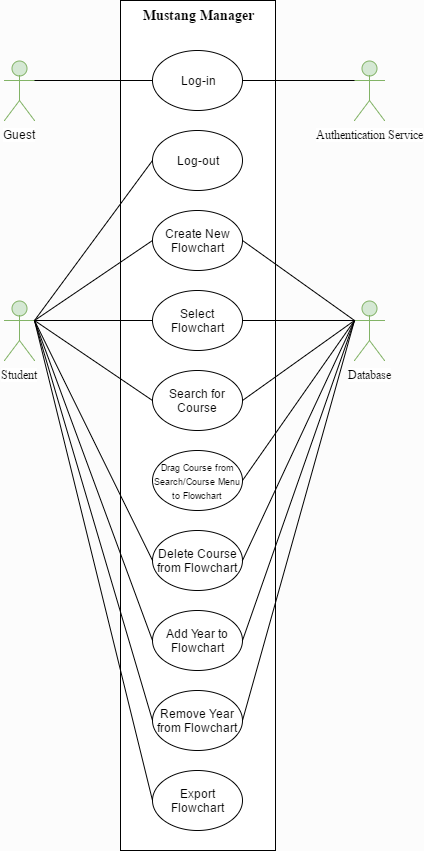
This is UML/UseCaseDiagram.png from JPautz/Group-name, a draw.io export, as it was before one commit. Source tidied: cells renumbered, new cells last; positions are measured from the earlier drawing's top-left corner, leaving out a move shared by most shapes. The source it was exported from:
```xml
<mxGraphModel background="#FCFCFC">
  <root>
    <mxCell id="0" />
    <mxCell id="1" parent="0" />
    <mxCell id="2" value="&lt;span style=&quot;font-size: 14px&quot;&gt;&lt;b&gt;Mustang Manager&lt;/b&gt;&lt;/span&gt;" style="whiteSpace=wrap;html=1;fontFamily=Times New Roman;align=center;verticalAlign=top;" parent="1" vertex="1">
      <mxGeometry x="116" width="155" height="850" as="geometry" />
    </mxCell>
    <mxCell id="3" value="Student" style="shape=umlActor;verticalLabelPosition=bottom;labelBackgroundColor=#ffffff;verticalAlign=top;html=1;fontFamily=Times New Roman;align=center;fillColor=#d5e8d4;strokeColor=#82b366;" parent="1" vertex="1">
      <mxGeometry y="300" width="30" height="60" as="geometry" />
    </mxCell>
    <mxCell id="4" value="Guest" style="shape=umlActor;verticalLabelPosition=bottom;labelBackgroundColor=#ffffff;verticalAlign=top;html=1;strokeColor=#82b366;fillColor=#d5e8d4;" parent="1" vertex="1">
      <mxGeometry y="60" width="30" height="60" as="geometry" />
    </mxCell>
    <mxCell id="5" style="edgeStyle=orthogonalEdgeStyle;rounded=0;html=1;exitX=1;exitY=0.3333333333333333;exitPerimeter=0;entryX=1;entryY=0.3333333333333333;entryPerimeter=0;jettySize=auto;orthogonalLoop=1;" parent="1" edge="1" source="3" target="3">
      <mxGeometry relative="1" as="geometry" />
    </mxCell>
    <mxCell id="6" value="Log-in" style="ellipse;whiteSpace=wrap;html=1;strokeColor=#000000;fillColor=#FFFFFF;" parent="1" vertex="1">
      <mxGeometry x="148" y="50" width="90" height="60" as="geometry" />
    </mxCell>
    <mxCell id="7" value="Log-out" style="ellipse;whiteSpace=wrap;html=1;strokeColor=#000000;fillColor=#FFFFFF;" parent="1" vertex="1">
      <mxGeometry x="148" y="130" width="90" height="60" as="geometry" />
    </mxCell>
    <mxCell id="8" value="Create New Flowchart" style="ellipse;whiteSpace=wrap;html=1;strokeColor=#000000;fillColor=#FFFFFF;" parent="1" vertex="1">
      <mxGeometry x="148" y="210" width="90" height="60" as="geometry" />
    </mxCell>
    <mxCell id="9" value="Search for Course" style="ellipse;whiteSpace=wrap;html=1;strokeColor=#000000;fillColor=#FFFFFF;" parent="1" vertex="1">
      <mxGeometry x="148" y="370" width="90" height="60" as="geometry" />
    </mxCell>
    <mxCell id="10" value="&lt;span id=&quot;docs-internal-guid-ab307411-f31c-fff2-9b50-73d7e2446a13&quot;&gt;&lt;span&gt;Export Flowchart&lt;/span&gt;&lt;/span&gt;" style="ellipse;whiteSpace=wrap;html=1;strokeColor=#000000;fillColor=#FFFFFF;" parent="1" vertex="1">
      <mxGeometry x="148" y="770" width="90" height="60" as="geometry" />
    </mxCell>
    <mxCell id="11" value="&lt;span id=&quot;docs-internal-guid-ab307411-f31c-e633-cf5a-057284e240b5&quot;&gt;&lt;span&gt;Delete Course from Flowchart&lt;/span&gt;&lt;/span&gt;" style="ellipse;whiteSpace=wrap;html=1;strokeColor=#000000;fillColor=#FFFFFF;" parent="1" vertex="1">
      <mxGeometry x="148" y="530" width="90" height="60" as="geometry" />
    </mxCell>
    <mxCell id="12" value="&lt;span id=&quot;docs-internal-guid-ab307411-f31c-c286-ab55-b29d39f7dee2&quot;&gt;&lt;span&gt;&lt;font style=&quot;font-size: 9px&quot;&gt;Drag Course from Search/Course Menu to Flowchart&lt;/font&gt;&lt;/span&gt;&lt;/span&gt;" style="ellipse;whiteSpace=wrap;html=1;strokeColor=#000000;fillColor=#FFFFFF;" parent="1" vertex="1">
      <mxGeometry x="148" y="450" width="90" height="60" as="geometry" />
    </mxCell>
    <mxCell id="13" value="Select Flowchart" style="ellipse;whiteSpace=wrap;html=1;strokeColor=#000000;fillColor=#FFFFFF;" parent="1" vertex="1">
      <mxGeometry x="148" y="290" width="90" height="60" as="geometry" />
    </mxCell>
    <mxCell id="14" value="&lt;span id=&quot;docs-internal-guid-ab307411-f31d-1d0a-4416-50c8d1694084&quot;&gt;&lt;span&gt;Add Year to Flowchart&lt;/span&gt;&lt;/span&gt;" style="ellipse;whiteSpace=wrap;html=1;strokeColor=#000000;fillColor=#FFFFFF;" parent="1" vertex="1">
      <mxGeometry x="148" y="610" width="90" height="60" as="geometry" />
    </mxCell>
    <mxCell id="15" style="rounded=0;html=1;exitX=1;exitY=0.3333333333333333;exitPerimeter=0;entryX=0;entryY=0.5;jettySize=auto;fontFamily=Times New Roman;endArrow=none;endFill=0;" parent="1" edge="1" source="4" target="6">
      <mxGeometry relative="1" as="geometry" />
    </mxCell>
    <mxCell id="16" value="&lt;span id=&quot;docs-internal-guid-ab307411-f31d-5a21-1867-9b333a8d8bec&quot;&gt;&lt;span&gt;Remove Year from Flowchart&lt;/span&gt;&lt;/span&gt;&lt;br&gt;" style="ellipse;whiteSpace=wrap;html=1;strokeColor=#000000;fillColor=#FFFFFF;" parent="1" vertex="1">
      <mxGeometry x="148" y="690" width="90" height="60" as="geometry" />
    </mxCell>
    <mxCell id="17" style="edgeStyle=none;rounded=0;html=1;exitX=1;exitY=0.3333333333333333;exitPerimeter=0;entryX=0;entryY=0.5;endArrow=none;endFill=0;jettySize=auto;fontFamily=Times New Roman;" parent="1" edge="1" source="3" target="8">
      <mxGeometry relative="1" as="geometry" />
    </mxCell>
    <mxCell id="18" style="edgeStyle=none;rounded=0;html=1;exitX=1;exitY=0.3333333333333333;exitPerimeter=0;entryX=0;entryY=0.5;endArrow=none;endFill=0;jettySize=auto;fontFamily=Times New Roman;" parent="1" edge="1" source="3" target="13">
      <mxGeometry relative="1" as="geometry" />
    </mxCell>
    <mxCell id="19" style="edgeStyle=none;rounded=0;html=1;exitX=1;exitY=0.3333333333333333;exitPerimeter=0;entryX=0;entryY=0.5;endArrow=none;endFill=0;jettySize=auto;fontFamily=Times New Roman;" parent="1" edge="1" source="3" target="9">
      <mxGeometry relative="1" as="geometry" />
    </mxCell>
    <mxCell id="20" style="edgeStyle=none;rounded=0;html=1;exitX=1;exitY=0.3333333333333333;exitPerimeter=0;entryX=0;entryY=0.5;endArrow=none;endFill=0;jettySize=auto;fontFamily=Times New Roman;" parent="1" edge="1" source="3" target="11">
      <mxGeometry relative="1" as="geometry" />
    </mxCell>
    <mxCell id="21" style="edgeStyle=none;rounded=0;html=1;exitX=1;exitY=0.3333333333333333;exitPerimeter=0;entryX=0;entryY=0.5;endArrow=none;endFill=0;jettySize=auto;fontFamily=Times New Roman;" parent="1" edge="1" source="3" target="14">
      <mxGeometry x="185" y="340" as="geometry" />
    </mxCell>
    <mxCell id="22" style="edgeStyle=none;rounded=0;html=1;exitX=1;exitY=0.3333333333333333;exitPerimeter=0;entryX=0;entryY=0.5;endArrow=none;endFill=0;jettySize=auto;fontFamily=Times New Roman;" parent="1" edge="1" source="3" target="16">
      <mxGeometry x="195" y="350" as="geometry" />
    </mxCell>
    <mxCell id="23" style="edgeStyle=none;rounded=0;html=1;exitX=1;exitY=0.3333333333333333;exitPerimeter=0;entryX=0;entryY=0.5;endArrow=none;endFill=0;jettySize=auto;fontFamily=Times New Roman;" parent="1" edge="1" source="3" target="10">
      <mxGeometry x="205" y="360" as="geometry" />
    </mxCell>
    <mxCell id="24" style="edgeStyle=none;rounded=0;html=1;exitX=0;exitY=0.5;entryX=1;entryY=0.3333333333333333;endArrow=none;endFill=0;jettySize=auto;fontFamily=Times New Roman;entryPerimeter=0;" parent="1" edge="1" source="7" target="3">
      <mxGeometry x="557" y="495" as="geometry" />
    </mxCell>
    <mxCell id="25" value="Authentication Service" style="shape=umlActor;verticalLabelPosition=bottom;labelBackgroundColor=#ffffff;verticalAlign=top;html=1;fontFamily=Times New Roman;align=center;fillColor=#d5e8d4;strokeColor=#82b366;" parent="1" vertex="1">
      <mxGeometry x="350" y="60" width="30" height="60" as="geometry" />
    </mxCell>
    <mxCell id="26" style="edgeStyle=none;rounded=0;html=1;exitX=0.5;exitY=0;exitPerimeter=0;entryX=0.5;entryY=0;entryPerimeter=0;endArrow=none;endFill=0;jettySize=auto;orthogonalLoop=1;fontFamily=Times New Roman;" parent="1" edge="1">
      <mxGeometry relative="1" as="geometry">
        <mxPoint x="399.6" y="219.6" as="sourcePoint" />
        <mxPoint x="399.6" y="219.6" as="targetPoint" />
      </mxGeometry>
    </mxCell>
    <mxCell id="27" value="Database" style="shape=umlActor;verticalLabelPosition=bottom;labelBackgroundColor=#ffffff;verticalAlign=top;html=1;fontFamily=Times New Roman;align=center;fillColor=#d5e8d4;strokeColor=#82b366;" parent="1" vertex="1">
      <mxGeometry x="350" y="300" width="30" height="60" as="geometry" />
    </mxCell>
    <mxCell id="28" style="edgeStyle=none;rounded=0;html=1;exitX=0;exitY=0.3333333333333333;exitPerimeter=0;entryX=1;entryY=0.5;endArrow=none;endFill=0;jettySize=auto;" parent="1" edge="1" source="25" target="6">
      <mxGeometry relative="1" as="geometry" />
    </mxCell>
    <mxCell id="29" style="edgeStyle=none;rounded=0;html=1;exitX=0;exitY=0.3333333333333333;exitPerimeter=0;entryX=1;entryY=0.5;endArrow=none;endFill=0;jettySize=auto;" parent="1" edge="1" source="27" target="8">
      <mxGeometry relative="1" as="geometry" />
    </mxCell>
    <mxCell id="30" style="edgeStyle=none;rounded=0;html=1;exitX=1;exitY=0.5;entryX=0;entryY=0.3333333333333333;entryPerimeter=0;endArrow=none;endFill=0;jettySize=auto;" parent="1" edge="1" source="13" target="27">
      <mxGeometry relative="1" as="geometry" />
    </mxCell>
    <mxCell id="31" style="edgeStyle=none;rounded=0;html=1;exitX=0;exitY=0.3333333333333333;exitPerimeter=0;entryX=1;entryY=0.5;endArrow=none;endFill=0;jettySize=auto;" parent="1" edge="1" source="27" target="9">
      <mxGeometry relative="1" as="geometry" />
    </mxCell>
    <mxCell id="32" style="edgeStyle=none;rounded=0;html=1;exitX=1;exitY=0.5;endArrow=none;endFill=0;jettySize=auto;" parent="1" edge="1" source="12">
      <mxGeometry relative="1" as="geometry">
        <mxPoint x="350" y="320" as="targetPoint" />
      </mxGeometry>
    </mxCell>
    <mxCell id="33" style="edgeStyle=none;rounded=0;html=1;exitX=1;exitY=0.5;endArrow=none;endFill=0;jettySize=auto;entryX=0;entryY=0.3333333333333333;entryPerimeter=0;" parent="1" edge="1" source="11" target="27">
      <mxGeometry relative="1" as="geometry" />
    </mxCell>
    <mxCell id="34" style="edgeStyle=none;rounded=0;html=1;exitX=1;exitY=0.5;entryX=0;entryY=0.3333333333333333;entryPerimeter=0;endArrow=none;endFill=0;jettySize=auto;" parent="1" edge="1" source="14" target="27">
      <mxGeometry relative="1" as="geometry" />
    </mxCell>
    <mxCell id="35" style="edgeStyle=none;rounded=0;html=1;exitX=1;exitY=0.5;endArrow=none;endFill=0;jettySize=auto;entryX=0;entryY=0.3333333333333333;entryPerimeter=0;" parent="1" edge="1" source="16" target="27">
      <mxGeometry relative="1" as="geometry" />
    </mxCell>
  </root>
</mxGraphModel>
```
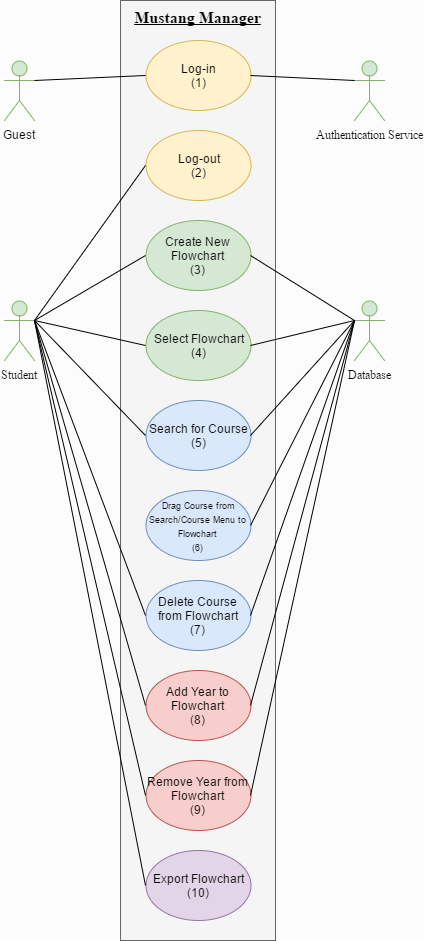
After the change.

What changed in the source:
```diff
@@ -2,8 +2,8 @@
   <root>
     <mxCell id="0" />
     <mxCell id="1" parent="0" />
-    <mxCell id="2" value="&lt;span style=&quot;font-size: 14px&quot;&gt;&lt;b&gt;Mustang Manager&lt;/b&gt;&lt;/span&gt;" style="whiteSpace=wrap;html=1;fontFamily=Times New Roman;align=center;verticalAlign=top;" parent="1" vertex="1">
-      <mxGeometry x="116" width="155" height="850" as="geometry" />
+    <mxCell id="2" value="&lt;b&gt;&lt;font style=&quot;font-size: 16px&quot;&gt;&lt;u&gt;Mustang Manager&lt;/u&gt;&lt;/font&gt;&lt;/b&gt;" style="whiteSpace=wrap;html=1;fontFamily=Times New Roman;align=center;verticalAlign=top;fillColor=#f5f5f5;strokeColor=#666666;" parent="1" vertex="1">
+      <mxGeometry x="116" width="155" height="940" as="geometry" />
     </mxCell>
     <mxCell id="3" value="Student" style="shape=umlActor;verticalLabelPosition=bottom;labelBackgroundColor=#ffffff;verticalAlign=top;html=1;fontFamily=Times New Roman;align=center;fillColor=#d5e8d4;strokeColor=#82b366;" parent="1" vertex="1">
       <mxGeometry y="300" width="30" height="60" as="geometry" />
@@ -14,38 +14,38 @@
     <mxCell id="5" style="edgeStyle=orthogonalEdgeStyle;rounded=0;html=1;exitX=1;exitY=0.3333333333333333;exitPerimeter=0;entryX=1;entryY=0.3333333333333333;entryPerimeter=0;jettySize=auto;orthogonalLoop=1;" parent="1" edge="1" source="3" target="3">
       <mxGeometry relative="1" as="geometry" />
     </mxCell>
-    <mxCell id="6" value="Log-in" style="ellipse;whiteSpace=wrap;html=1;strokeColor=#000000;fillColor=#FFFFFF;" parent="1" vertex="1">
-      <mxGeometry x="148" y="50" width="90" height="60" as="geometry" />
+    <mxCell id="6" value="Log-in&lt;div&gt;(1)&lt;/div&gt;" style="ellipse;whiteSpace=wrap;html=1;strokeColor=#d6b656;fillColor=#fff2cc;" parent="1" vertex="1">
+      <mxGeometry x="141" y="40" width="105" height="70" as="geometry" />
     </mxCell>
-    <mxCell id="7" value="Log-out" style="ellipse;whiteSpace=wrap;html=1;strokeColor=#000000;fillColor=#FFFFFF;" parent="1" vertex="1">
-      <mxGeometry x="148" y="130" width="90" height="60" as="geometry" />
+    <mxCell id="7" value="Log-out&lt;div&gt;(2)&lt;/div&gt;" style="ellipse;whiteSpace=wrap;html=1;strokeColor=#d6b656;fillColor=#fff2cc;" parent="1" vertex="1">
+      <mxGeometry x="141" y="130" width="105" height="70" as="geometry" />
     </mxCell>
-    <mxCell id="8" value="Create New Flowchart" style="ellipse;whiteSpace=wrap;html=1;strokeColor=#000000;fillColor=#FFFFFF;" parent="1" vertex="1">
-      <mxGeometry x="148" y="210" width="90" height="60" as="geometry" />
+    <mxCell id="8" value="Create New Flowchart&lt;div&gt;(3)&lt;/div&gt;" style="ellipse;whiteSpace=wrap;html=1;strokeColor=#82b366;fillColor=#d5e8d4;" parent="1" vertex="1">
+      <mxGeometry x="141" y="220" width="105" height="70" as="geometry" />
     </mxCell>
-    <mxCell id="9" value="Search for Course" style="ellipse;whiteSpace=wrap;html=1;strokeColor=#000000;fillColor=#FFFFFF;" parent="1" vertex="1">
-      <mxGeometry x="148" y="370" width="90" height="60" as="geometry" />
+    <mxCell id="9" value="Search for Course&lt;div&gt;(5)&lt;/div&gt;" style="ellipse;whiteSpace=wrap;html=1;strokeColor=#6c8ebf;fillColor=#dae8fc;" parent="1" vertex="1">
+      <mxGeometry x="141" y="400" width="105" height="70" as="geometry" />
     </mxCell>
-    <mxCell id="10" value="&lt;span id=&quot;docs-internal-guid-ab307411-f31c-fff2-9b50-73d7e2446a13&quot;&gt;&lt;span&gt;Export Flowchart&lt;/span&gt;&lt;/span&gt;" style="ellipse;whiteSpace=wrap;html=1;strokeColor=#000000;fillColor=#FFFFFF;" parent="1" vertex="1">
-      <mxGeometry x="148" y="770" width="90" height="60" as="geometry" />
+    <mxCell id="10" value="&lt;span id=&quot;docs-internal-guid-ab307411-f31c-fff2-9b50-73d7e2446a13&quot;&gt;&lt;span&gt;Export Flowchart&lt;/span&gt;&lt;/span&gt;&lt;div&gt;&lt;span&gt;&lt;span&gt;(10)&lt;/span&gt;&lt;/span&gt;&lt;/div&gt;" style="ellipse;whiteSpace=wrap;html=1;strokeColor=#9673a6;fillColor=#e1d5e7;" parent="1" vertex="1">
+      <mxGeometry x="141" y="850" width="105" height="70" as="geometry" />
     </mxCell>
-    <mxCell id="11" value="&lt;span id=&quot;docs-internal-guid-ab307411-f31c-e633-cf5a-057284e240b5&quot;&gt;&lt;span&gt;Delete Course from Flowchart&lt;/span&gt;&lt;/span&gt;" style="ellipse;whiteSpace=wrap;html=1;strokeColor=#000000;fillColor=#FFFFFF;" parent="1" vertex="1">
-      <mxGeometry x="148" y="530" width="90" height="60" as="geometry" />
+    <mxCell id="11" value="&lt;span id=&quot;docs-internal-guid-ab307411-f31c-e633-cf5a-057284e240b5&quot;&gt;&lt;span&gt;Delete Course from Flowchart&lt;/span&gt;&lt;/span&gt;&lt;div&gt;&lt;span&gt;&lt;span&gt;(7)&lt;/span&gt;&lt;/span&gt;&lt;/div&gt;" style="ellipse;whiteSpace=wrap;html=1;strokeColor=#6c8ebf;fillColor=#dae8fc;" parent="1" vertex="1">
+      <mxGeometry x="141" y="580" width="105" height="70" as="geometry" />
     </mxCell>
-    <mxCell id="12" value="&lt;span id=&quot;docs-internal-guid-ab307411-f31c-c286-ab55-b29d39f7dee2&quot;&gt;&lt;span&gt;&lt;font style=&quot;font-size: 9px&quot;&gt;Drag Course from Search/Course Menu to Flowchart&lt;/font&gt;&lt;/span&gt;&lt;/span&gt;" style="ellipse;whiteSpace=wrap;html=1;strokeColor=#000000;fillColor=#FFFFFF;" parent="1" vertex="1">
-      <mxGeometry x="148" y="450" width="90" height="60" as="geometry" />
+    <mxCell id="12" value="&lt;span id=&quot;docs-internal-guid-ab307411-f31c-c286-ab55-b29d39f7dee2&quot;&gt;&lt;span&gt;&lt;font style=&quot;font-size: 9px&quot;&gt;Drag Course from Search/Course Menu to Flowchart&lt;/font&gt;&lt;/span&gt;&lt;/span&gt;&lt;div&gt;&lt;span&gt;&lt;span&gt;&lt;font style=&quot;font-size: 9px&quot;&gt;(6)&lt;/font&gt;&lt;/span&gt;&lt;/span&gt;&lt;/div&gt;" style="ellipse;whiteSpace=wrap;html=1;strokeColor=#6c8ebf;fillColor=#dae8fc;" parent="1" vertex="1">
+      <mxGeometry x="141" y="490" width="105" height="70" as="geometry" />
     </mxCell>
-    <mxCell id="13" value="Select Flowchart" style="ellipse;whiteSpace=wrap;html=1;strokeColor=#000000;fillColor=#FFFFFF;" parent="1" vertex="1">
-      <mxGeometry x="148" y="290" width="90" height="60" as="geometry" />
+    <mxCell id="13" value="Select Flowchart&lt;div&gt;(4)&lt;/div&gt;" style="ellipse;whiteSpace=wrap;html=1;strokeColor=#82b366;fillColor=#d5e8d4;" parent="1" vertex="1">
+      <mxGeometry x="141" y="310" width="105" height="70" as="geometry" />
     </mxCell>
-    <mxCell id="14" value="&lt;span id=&quot;docs-internal-guid-ab307411-f31d-1d0a-4416-50c8d1694084&quot;&gt;&lt;span&gt;Add Year to Flowchart&lt;/span&gt;&lt;/span&gt;" style="ellipse;whiteSpace=wrap;html=1;strokeColor=#000000;fillColor=#FFFFFF;" parent="1" vertex="1">
-      <mxGeometry x="148" y="610" width="90" height="60" as="geometry" />
+    <mxCell id="14" value="&lt;span id=&quot;docs-internal-guid-ab307411-f31d-1d0a-4416-50c8d1694084&quot;&gt;&lt;span&gt;Add Year to Flowchart&lt;/span&gt;&lt;/span&gt;&lt;div&gt;&lt;span&gt;&lt;span&gt;(8)&lt;/span&gt;&lt;/span&gt;&lt;/div&gt;" style="ellipse;whiteSpace=wrap;html=1;strokeColor=#b85450;fillColor=#f8cecc;" parent="1" vertex="1">
+      <mxGeometry x="141" y="670" width="105" height="70" as="geometry" />
     </mxCell>
     <mxCell id="15" style="rounded=0;html=1;exitX=1;exitY=0.3333333333333333;exitPerimeter=0;entryX=0;entryY=0.5;jettySize=auto;fontFamily=Times New Roman;endArrow=none;endFill=0;" parent="1" edge="1" source="4" target="6">
       <mxGeometry relative="1" as="geometry" />
     </mxCell>
-    <mxCell id="16" value="&lt;span id=&quot;docs-internal-guid-ab307411-f31d-5a21-1867-9b333a8d8bec&quot;&gt;&lt;span&gt;Remove Year from Flowchart&lt;/span&gt;&lt;/span&gt;&lt;br&gt;" style="ellipse;whiteSpace=wrap;html=1;strokeColor=#000000;fillColor=#FFFFFF;" parent="1" vertex="1">
-      <mxGeometry x="148" y="690" width="90" height="60" as="geometry" />
+    <mxCell id="16" value="&lt;span id=&quot;docs-internal-guid-ab307411-f31d-5a21-1867-9b333a8d8bec&quot;&gt;&lt;span&gt;Remove Year from Flowchart&lt;/span&gt;&lt;/span&gt;&lt;br&gt;&lt;div&gt;&lt;span&gt;&lt;span&gt;(9)&lt;/span&gt;&lt;/span&gt;&lt;/div&gt;" style="ellipse;whiteSpace=wrap;html=1;strokeColor=#b85450;fillColor=#f8cecc;" parent="1" vertex="1">
+      <mxGeometry x="141" y="760" width="105" height="70" as="geometry" />
     </mxCell>
     <mxCell id="17" style="edgeStyle=none;rounded=0;html=1;exitX=1;exitY=0.3333333333333333;exitPerimeter=0;entryX=0;entryY=0.5;endArrow=none;endFill=0;jettySize=auto;fontFamily=Times New Roman;" parent="1" edge="1" source="3" target="8">
       <mxGeometry relative="1" as="geometry" />
```
